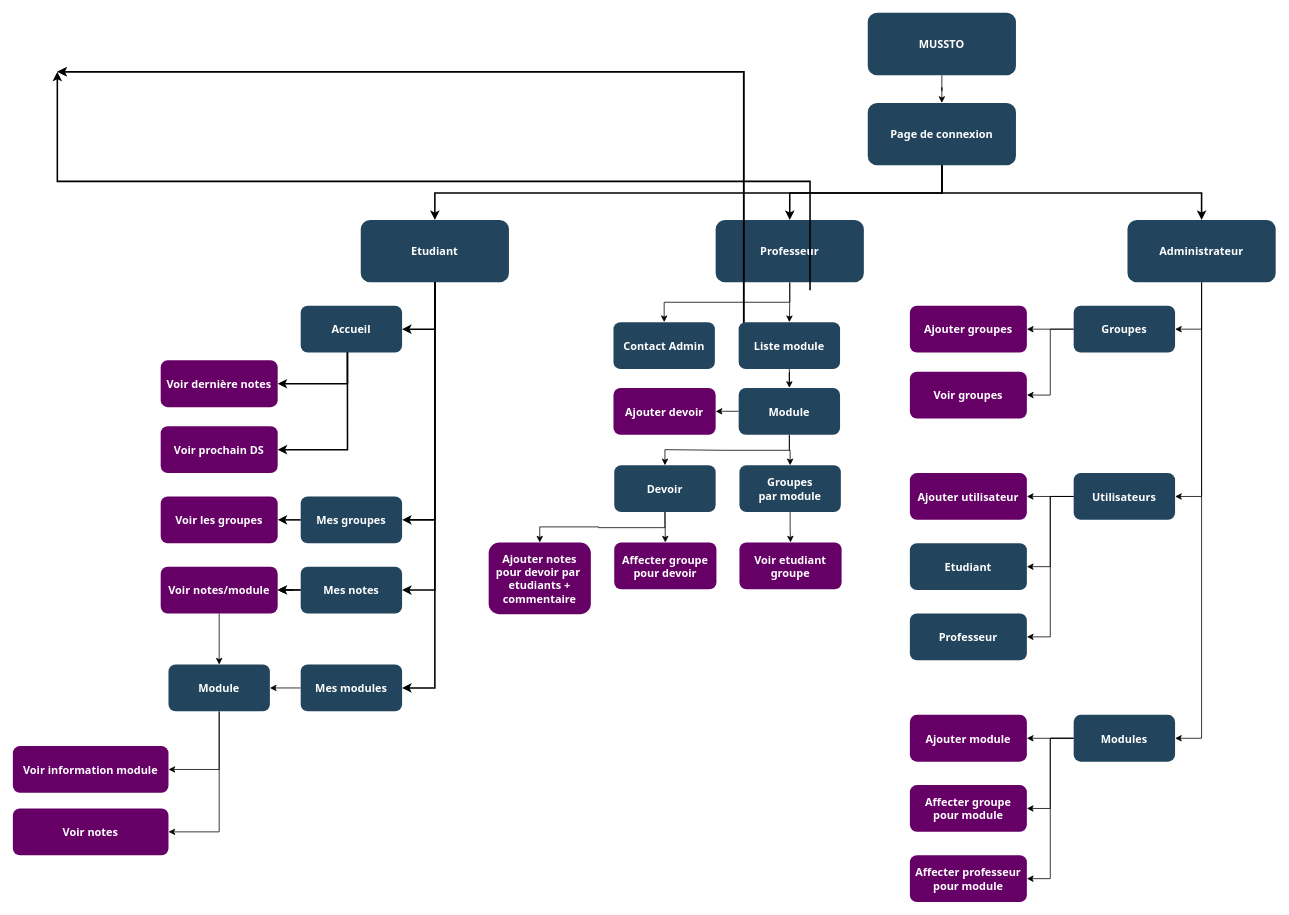
SkyalphaBe/Mussto keeps this draw.io diagram as gestion projet/Plan_du_site.drawio. Above is the earlier version. Source tidied: cells renumbered, new cells numbered last; positions are measured from the earlier drawing's top-left corner, leaving out a move shared by most shapes. Both pictures are drawn from the tidied source at 78%, with x=0, y=0 at pixel (12, 12).
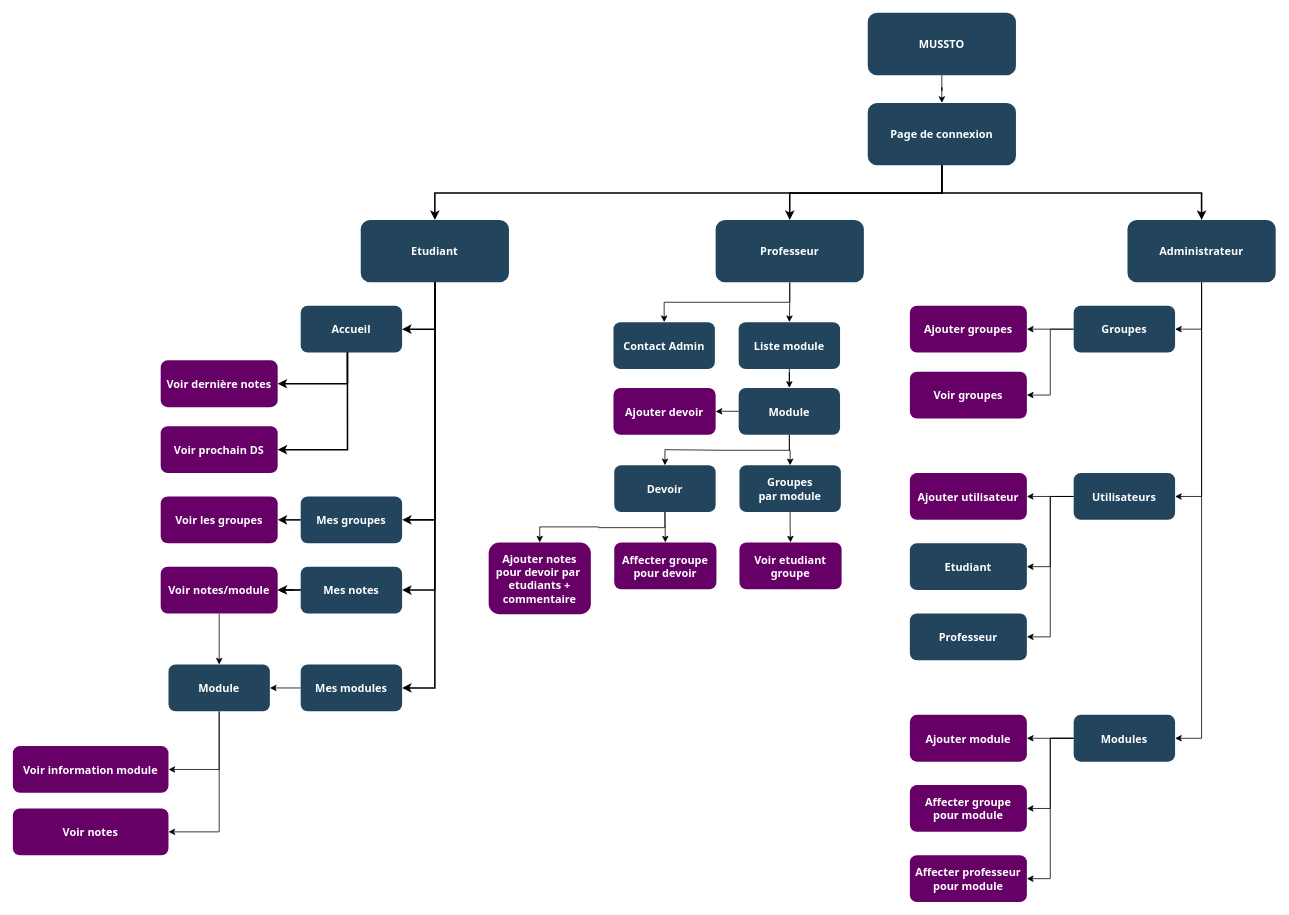
The same diagram, later.

The edit, as a diff of the source:
```diff
@@
-    <mxCell id="21" style="edgeStyle=elbowEdgeStyle;elbow=horizontal;strokeWidth=2;rounded=0;" parent="1" edge="1">
-      <mxGeometry x="-23" y="135.5" as="geometry">
-        <mxPoint x="957" y="425.5" as="sourcePoint" />
-        <mxPoint x="57" y="75.5" as="targetPoint" />
-        <Array as="points">
-          <mxPoint x="937" y="475.5" />
-        </Array>
-      </mxGeometry>
-    </mxCell>
-    <mxCell id="22" style="edgeStyle=elbowEdgeStyle;elbow=horizontal;strokeWidth=2;rounded=0;" parent="1" edge="1">
-      <mxGeometry x="-23" y="135.5" as="geometry">
-        <mxPoint x="957" y="425.5" as="sourcePoint" />
-        <mxPoint x="57" y="75.5" as="targetPoint" />
-        <Array as="points">
-          <mxPoint x="937" y="525.5" />
-        </Array>
-      </mxGeometry>
-    </mxCell>
-    <mxCell id="23" style="edgeStyle=elbowEdgeStyle;elbow=vertical;strokeWidth=2;rounded=0;" parent="1" edge="1">
-      <mxGeometry x="-23" y="135.5" as="geometry">
-        <mxPoint x="1022" y="355.5" as="sourcePoint" />
-        <mxPoint x="57" y="75.5" as="targetPoint" />
-      </mxGeometry>
-    </mxCell>
```
